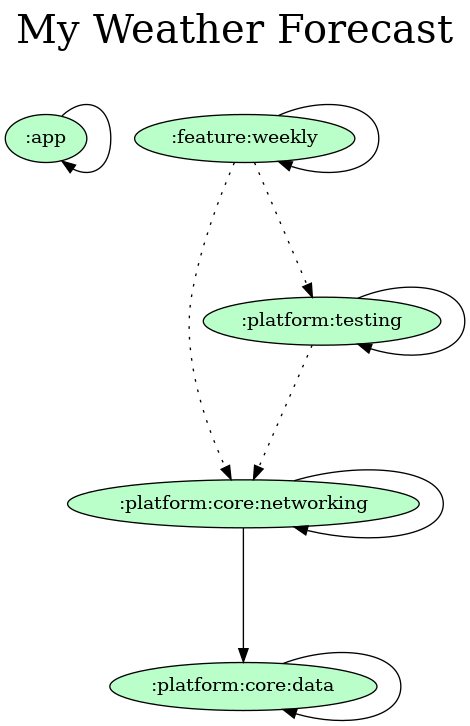
The Graphviz diagram gradle/dependency-graph/project.dot.png in orogersilva/myweatherforecast, before a commit. Its source is kept beside it as gradle/dependency-graph/project.dot.
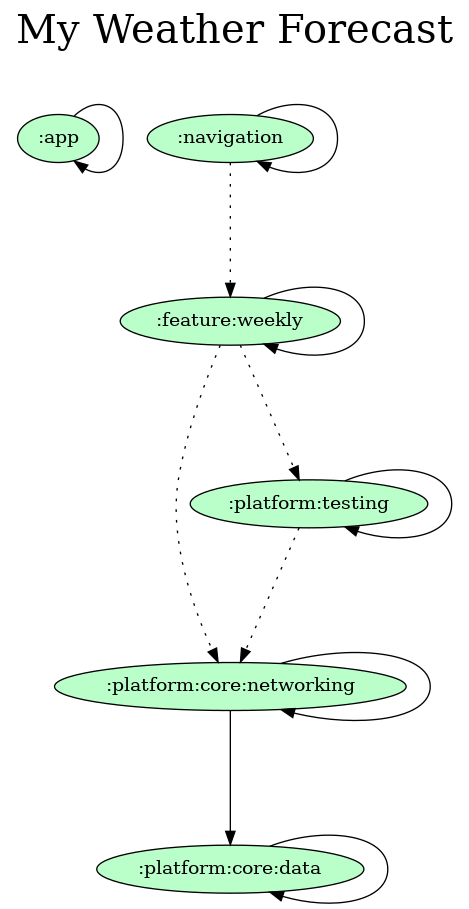
After the change.

Commit message:
docs: Updating dependency graph

The edit, as a diff of the source:
```diff
@@ -7,6 +7,7 @@
 
   ":app" [fillcolor="#baffc9"];
   ":feature:weekly" [fillcolor="#baffc9"];
+  ":navigation" [fillcolor="#baffc9"];
   ":platform:core:data" [fillcolor="#baffc9"];
   ":platform:core:networking" [fillcolor="#baffc9"];
   ":platform:testing" [fillcolor="#baffc9"];
@@ -16,6 +17,8 @@
   # Dependencies
 
   ":app" -> ":app"
+  ":navigation" -> ":navigation"
+  ":navigation" -> ":feature:weekly" [style=dotted]
   ":feature:weekly" -> ":feature:weekly"
   ":feature:weekly" -> ":platform:core:networking" [style=dotted]
   ":feature:weekly" -> ":platform:testing" [style=dotted]
```
